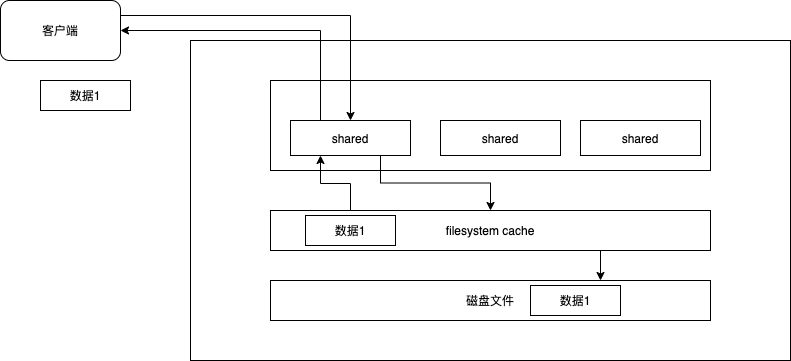
sivanbil/architecthure-diagram keeps this draw.io diagram as es/filesystem-cache.png. Above is the earlier version. Source tidied: cells renumbered, new cells last; positions are measured from the earlier drawing's top-left corner, leaving out a move shared by most shapes.
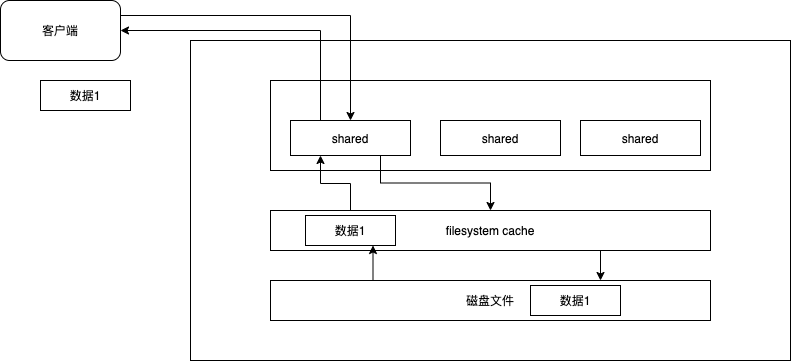
The same diagram one commit later.

Diff of the diagram source:
```diff
@@ -38,6 +38,9 @@
     <mxCell id="11" value="filesystem cache" style="rounded=0;whiteSpace=wrap;html=1;" parent="1" vertex="1">
       <mxGeometry x="270" y="210" width="440" height="40" as="geometry" />
     </mxCell>
+    <mxCell id="18" style="edgeStyle=orthogonalEdgeStyle;rounded=0;jettySize=auto;html=1;exitX=0.25;exitY=0;exitDx=0;exitDy=0;entryX=0.75;entryY=1;entryDx=0;entryDy=0;" parent="1" edge="1" source="12" target="17">
+      <mxGeometry relative="1" as="geometry" />
+    </mxCell>
     <mxCell id="12" value="磁盘文件" style="rounded=0;whiteSpace=wrap;html=1;" parent="1" vertex="1">
       <mxGeometry x="270" y="280" width="440" height="40" as="geometry" />
     </mxCell>
```
